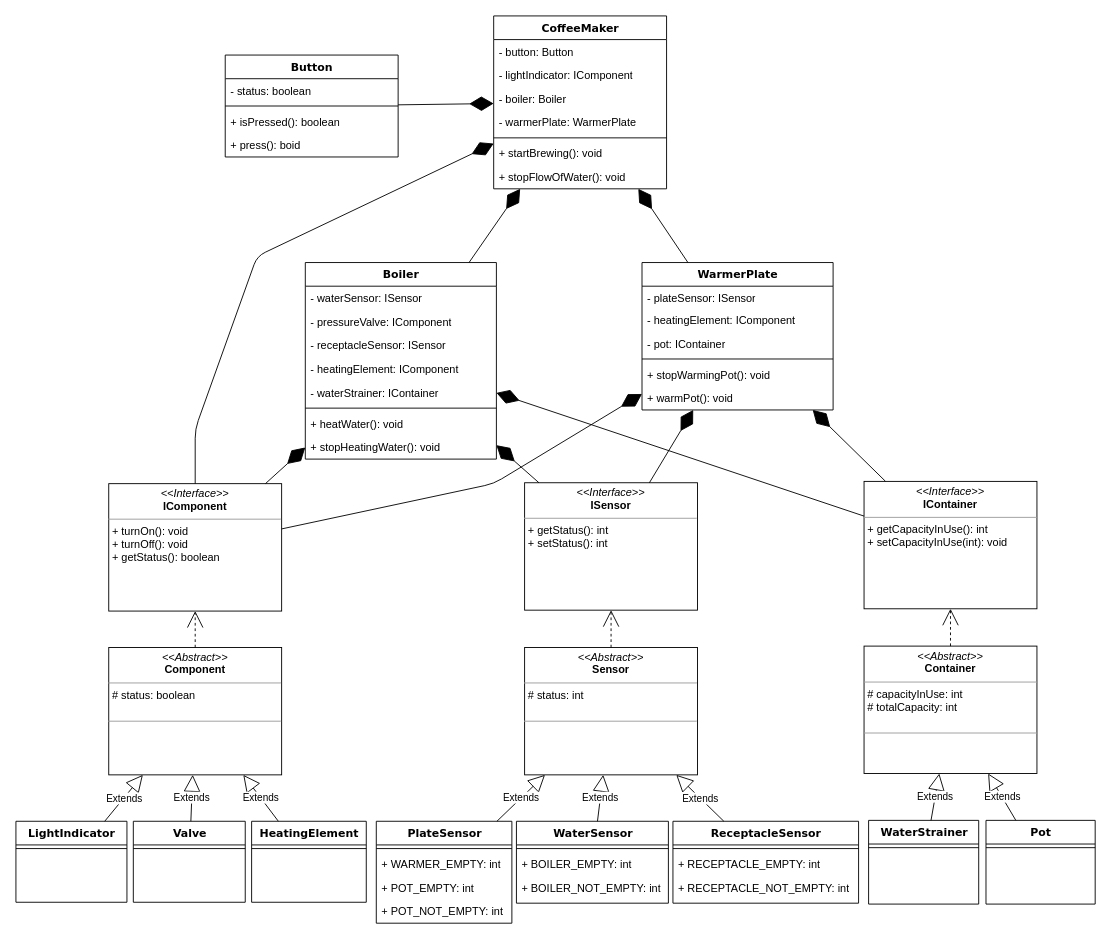
Before: Resources/CoffeeMaker.drawio in aburgosu/CoffeeMaker-JAM, a draw.io diagram. Source tidied: cells renumbered, new cells numbered last; positions are measured from the earlier drawing's top-left corner, leaving out a move shared by most shapes. Both pictures are drawn from the tidied source at 91%, with x=0, y=0 at pixel (15, 15).
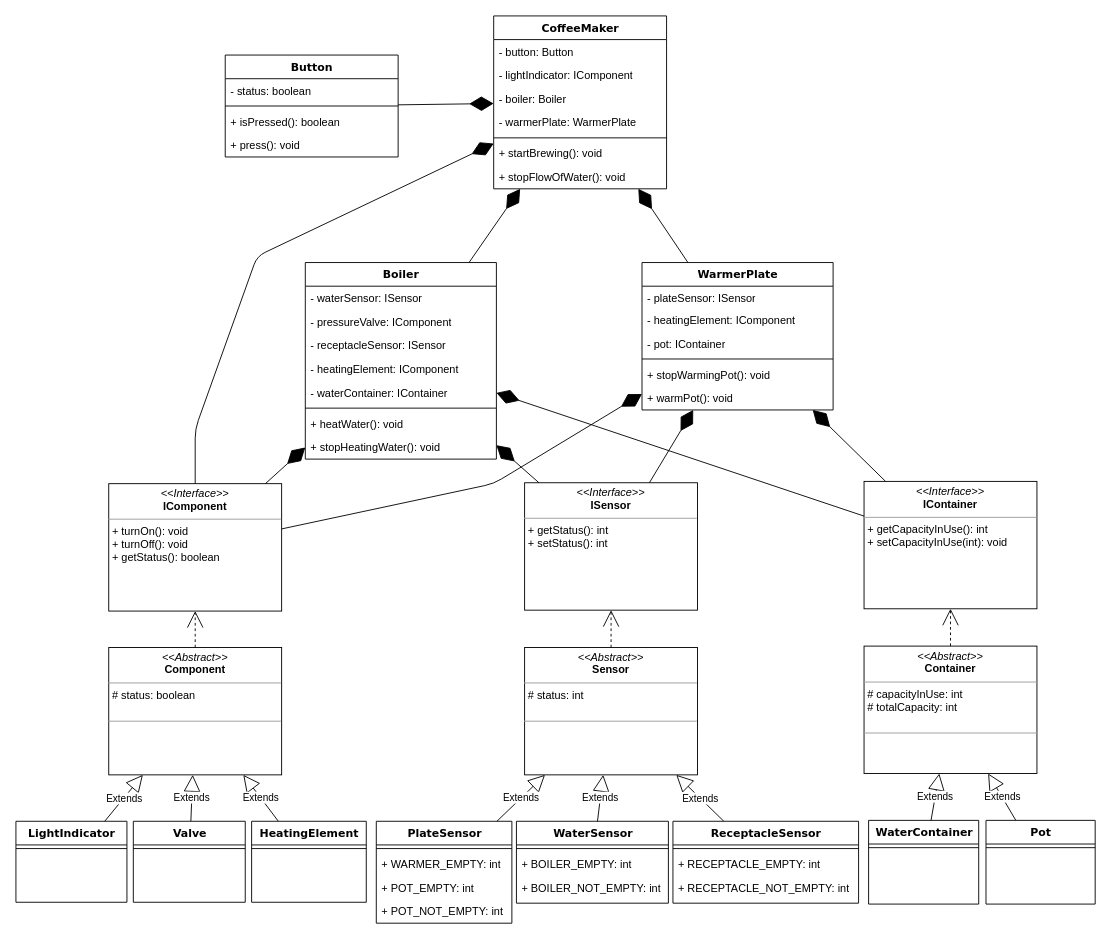
Above is the later version.

Commit message (it also covers changes not shown here):
Class diagram names fixes

The change refers to these unchanged cells:
```xml
<mxCell id="23" value="Boiler" style="swimlane;html=1;fontStyle=1;align=center;verticalAlign=top;horizontal=1;startSize=26;swimlaneFillColor=#ffffff;rounded=0;shadow=0;comic=0;labelBackgroundColor=none;strokeColor=#000000;strokeWidth=1;fillColor=none;fontFamily=Verdana;fontSize=12;fontColor=#000000;" parent="1" vertex="1">
  <mxGeometry x="318" y="271" width="210" height="216" as="geometry" />
</mxCell>
<mxCell id="54" value="Button" style="swimlane;html=1;fontStyle=1;align=center;verticalAlign=top;horizontal=1;startSize=26;swimlaneFillColor=#ffffff;rounded=0;shadow=0;comic=0;labelBackgroundColor=none;strokeColor=#000000;strokeWidth=1;fillColor=none;fontFamily=Verdana;fontSize=12;fontColor=#000000;" parent="1" vertex="1">
  <mxGeometry x="230" y="43" width="190" height="112" as="geometry" />
</mxCell>
```

What changed in the source:
```diff
@@
-    <mxCell id="28" value="- waterStrainer: IContainer&lt;br&gt;" style="text;html=1;strokeColor=none;fillColor=none;align=left;verticalAlign=top;spacingLeft=4;spacingRight=4;whiteSpace=wrap;overflow=hidden;" parent="23" vertex="1">
+    <mxCell id="28" value="- waterContainer: IContainer&lt;br&gt;" style="text;html=1;strokeColor=none;fillColor=none;align=left;verticalAlign=top;spacingLeft=4;spacingRight=4;whiteSpace=wrap;overflow=hidden;" parent="23" vertex="1">
       <mxGeometry y="130" width="210" height="26" as="geometry" />
     </mxCell>
@@
-    <mxCell id="58" value="+ press(): boid&lt;br&gt;" style="text;html=1;strokeColor=none;fillColor=none;align=left;verticalAlign=top;spacingLeft=4;spacingRight=4;whiteSpace=wrap;overflow=hidden;" parent="54" vertex="1">
+    <mxCell id="58" value="+ press(): void&lt;br&gt;" style="text;html=1;strokeColor=none;fillColor=none;align=left;verticalAlign=top;spacingLeft=4;spacingRight=4;whiteSpace=wrap;overflow=hidden;" parent="54" vertex="1">
       <mxGeometry y="86" width="190" height="26" as="geometry" />
     </mxCell>
@@
-    <mxCell id="68" value="WaterStrainer" style="swimlane;html=1;fontStyle=1;align=center;verticalAlign=top;horizontal=1;startSize=26;swimlaneFillColor=#ffffff;rounded=0;shadow=0;comic=0;labelBackgroundColor=none;strokeColor=#000000;strokeWidth=1;fillColor=none;fontFamily=Verdana;fontSize=12;fontColor=#000000;" parent="1" vertex="1">
+    <mxCell id="68" value="WaterContainer" style="swimlane;html=1;fontStyle=1;align=center;verticalAlign=top;horizontal=1;startSize=26;swimlaneFillColor=#ffffff;rounded=0;shadow=0;comic=0;labelBackgroundColor=none;strokeColor=#000000;strokeWidth=1;fillColor=none;fontFamily=Verdana;fontSize=12;fontColor=#000000;" parent="1" vertex="1">
       <mxGeometry x="937" y="884" width="121" height="92" as="geometry" />
     </mxCell>
```
